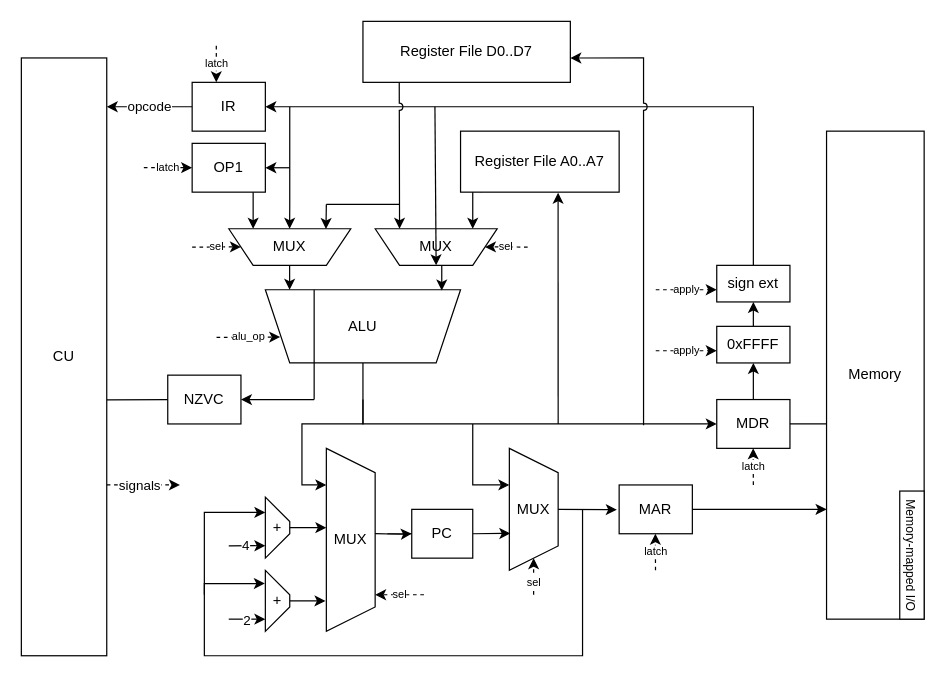
This is m68k.drawio from itmovalesnikov/ak3-scheme, a draw.io file, before an edit. Source tidied: cells renumbered, new cells numbered last; positions are measured from the earlier drawing's top-left corner, leaving out a move shared by most shapes. Both pictures are drawn from the tidied source at 122%, with x=0, y=0 at pixel (21, 21).
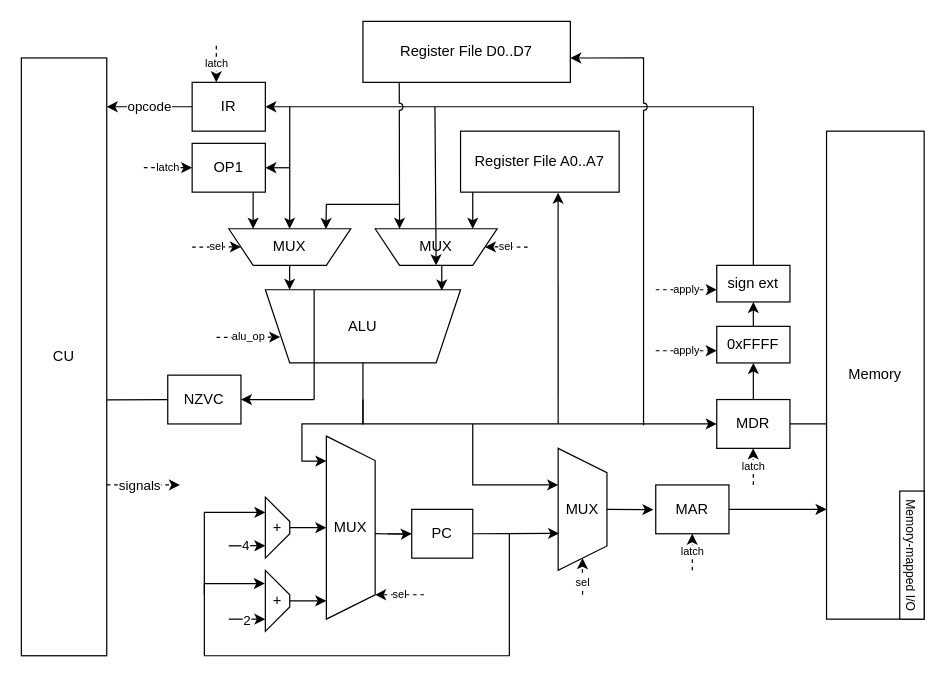
After the change.

Unchanged cells that the change refers to:
```xml
<mxCell id="7" value="ALU" style="shape=trapezoid;perimeter=trapezoidPerimeter;whiteSpace=wrap;html=1;fixedSize=1;rounded=0;shadow=0;gradientColor=none;flipV=1;legacyAnchorPoints=0;" parent="1" vertex="1">
  <mxGeometry x="200" y="220" width="160" height="60" as="geometry" />
</mxCell>
<mxCell id="29" value="+" style="shape=trapezoid;perimeter=trapezoidPerimeter;whiteSpace=wrap;html=1;fixedSize=1;rotation=0;direction=south;" parent="1" vertex="1">
  <mxGeometry x="200" y="450" width="20" height="50" as="geometry" />
</mxCell>
<mxCell id="32" value="+" style="shape=trapezoid;perimeter=trapezoidPerimeter;whiteSpace=wrap;html=1;fixedSize=1;rotation=0;direction=south;" parent="1" vertex="1">
  <mxGeometry x="200" y="390" width="20" height="50" as="geometry" />
</mxCell>
```

Change to the diagram source:
```diff
@@
-    <mxCell id="6" style="edgeStyle=orthogonalEdgeStyle;rounded=0;jettySize=auto;html=1;entryX=0.2;entryY=1;entryDx=0;entryDy=0;entryPerimeter=0;" parent="1" edge="1" source="7" target="37">
+    <mxCell id="6" style="edgeStyle=orthogonalEdgeStyle;rounded=0;jettySize=auto;html=1;entryX=0.136;entryY=0.999;entryDx=0;entryDy=0;entryPerimeter=0;" parent="1" edge="1" source="7" target="37">
       <mxGeometry relative="1" as="geometry">
         <Array as="points">
           <mxPoint x="280" y="330" />
           <mxPoint x="230" y="330" />
-          <mxPoint x="230" y="380" />
+          <mxPoint x="230" y="360" />
+          <mxPoint x="250" y="360" />
         </Array>
       </mxGeometry>
     </mxCell>
@@
     <mxCell id="24" value="MAR" style="rounded=0;whiteSpace=wrap;html=1;" parent="1" vertex="1">
-      <mxGeometry x="490" y="380" width="60" height="40" as="geometry" />
+      <mxGeometry x="520" y="380" width="60" height="40" as="geometry" />
     </mxCell>
     <mxCell id="25" value="latch" style="endArrow=classic;html=1;rounded=0;curved=0;strokeColor=default;jumpStyle=none;fixDash=0;dashed=1;fontSize=9;" parent="1" edge="1">
       <mxGeometry relative="1" as="geometry">
-        <mxPoint x="519.8" y="450" as="sourcePoint" />
-        <mxPoint x="519.7" y="420" as="targetPoint" />
+        <mxPoint x="550" y="450" as="sourcePoint" />
+        <mxPoint x="549.9" y="420" as="targetPoint" />
         <Array as="points">
-          <mxPoint x="519.7" y="430" />
+          <mxPoint x="549.9" y="430" />
         </Array>
       </mxGeometry>
     </mxCell>
@@
     <mxCell id="27" value="MUX" style="shape=trapezoid;perimeter=trapezoidPerimeter;whiteSpace=wrap;html=1;fixedSize=1;rotation=0;direction=south;" parent="1" vertex="1">
-      <mxGeometry x="400" y="350" width="40" height="100" as="geometry" />
+      <mxGeometry x="440" y="350" width="40" height="100" as="geometry" />
     </mxCell>
-    <mxCell id="28" style="edgeStyle=orthogonalEdgeStyle;rounded=0;jettySize=auto;html=1;entryX=0.834;entryY=1.017;entryDx=0;entryDy=0;entryPerimeter=0;" parent="1" edge="1" source="29" target="37">
+    <mxCell id="28" style="edgeStyle=orthogonalEdgeStyle;rounded=0;jettySize=auto;html=1;entryX=0.9;entryY=1.002;entryDx=0;entryDy=0;entryPerimeter=0;" parent="1" edge="1" source="29" target="37">
       <mxGeometry relative="1" as="geometry" />
     </mxCell>
@@
     <mxCell id="35" value="sel" style="endArrow=classic;html=1;rounded=0;curved=0;strokeColor=default;jumpStyle=none;fixDash=0;dashed=1;fontSize=9;" parent="1" edge="1">
       <mxGeometry x="-0.31" relative="1" as="geometry">
-        <mxPoint x="419.9" y="470" as="sourcePoint" />
-        <mxPoint x="419.9" y="440" as="targetPoint" />
+        <mxPoint x="460" y="470" as="sourcePoint" />
+        <mxPoint x="460" y="440" as="targetPoint" />
         <Array as="points">
-          <mxPoint x="419.9" y="450" />
+          <mxPoint x="459.9" y="450" />
         </Array>
       </mxGeometry>
     </mxCell>
@@
     <mxCell id="37" value="MUX" style="shape=trapezoid;perimeter=trapezoidPerimeter;whiteSpace=wrap;html=1;fixedSize=1;rotation=0;direction=south;" parent="1" vertex="1">
-      <mxGeometry x="250" y="350" width="40" height="150" as="geometry" />
+      <mxGeometry x="250" y="340" width="40" height="150" as="geometry" />
     </mxCell>
-    <mxCell id="38" style="edgeStyle=orthogonalEdgeStyle;rounded=0;jettySize=auto;html=1;entryX=0.434;entryY=1;entryDx=0;entryDy=0;entryPerimeter=0;" parent="1" edge="1" source="32" target="37">
+    <mxCell id="38" style="edgeStyle=orthogonalEdgeStyle;rounded=0;jettySize=auto;html=1;entryX=0.5;entryY=1;entryDx=0;entryDy=0;" parent="1" edge="1" source="32" target="37">
       <mxGeometry relative="1" as="geometry" />
     </mxCell>
     <mxCell id="39" style="edgeStyle=orthogonalEdgeStyle;rounded=0;orthogonalLoop=1;jettySize=auto;html=1;entryX=0.217;entryY=1.02;entryDx=0;entryDy=0;entryPerimeter=0;" parent="1" edge="1">
       <mxGeometry relative="1" as="geometry">
-        <mxPoint x="460" y="400" as="sourcePoint" />
+        <mxPoint x="400" y="420" as="sourcePoint" />
         <mxPoint x="199.6" y="460.8" as="targetPoint" />
         <Array as="points">
-          <mxPoint x="460" y="520" />
+          <mxPoint x="400" y="420" />
+          <mxPoint x="400" y="520" />
           <mxPoint x="150" y="520" />
           <mxPoint x="150" y="461" />
         </Array>
       </mxGeometry>
     </mxCell>
@@
-    <mxCell id="71" style="endArrow=classic;html=1;rounded=0;entryX=0.25;entryY=1;entryDx=0;entryDy=0;" parent="1" edge="1">
+    <mxCell id="71" style="endArrow=classic;html=1;rounded=0;" parent="1" edge="1">
       <mxGeometry relative="1" as="geometry">
         <mxPoint x="370" y="330" as="sourcePoint" />
-        <mxPoint x="400" y="380" as="targetPoint" />
+        <mxPoint x="440" y="380" as="targetPoint" />
         <Array as="points">
           <mxPoint x="370" y="380" />
         </Array>
       </mxGeometry>
     </mxCell>
```
